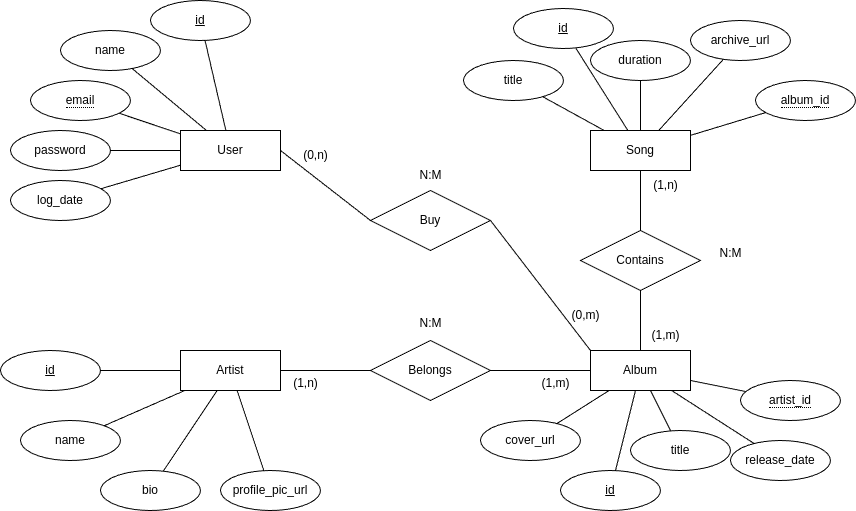
Jorgemarnes/proyecto_1DAW keeps this draw.io diagram as src/database/modelo_relacional.png. Above is the earlier version. Source tidied: cells renumbered, new cells last; positions are measured from the earlier drawing's top-left corner, leaving out a move shared by most shapes. Its diagram source:
```xml
<mxGraphModel>
  <root>
    <mxCell id="0" />
    <mxCell id="1" parent="0" />
    <mxCell id="2" value="User" style="whiteSpace=wrap;html=1;align=center;" parent="1" vertex="1">
      <mxGeometry x="180" y="130" width="100" height="40" as="geometry" />
    </mxCell>
    <mxCell id="3" value="Album" style="whiteSpace=wrap;html=1;align=center;" parent="1" vertex="1">
      <mxGeometry x="590" y="350" width="100" height="40" as="geometry" />
    </mxCell>
    <mxCell id="4" value="Song" style="whiteSpace=wrap;html=1;align=center;" parent="1" vertex="1">
      <mxGeometry x="590" y="130" width="100" height="40" as="geometry" />
    </mxCell>
    <mxCell id="5" value="title" style="ellipse;whiteSpace=wrap;html=1;align=center;" parent="1" vertex="1">
      <mxGeometry x="463" y="60" width="100" height="40" as="geometry" />
    </mxCell>
    <mxCell id="6" value="password" style="ellipse;whiteSpace=wrap;html=1;align=center;" parent="1" vertex="1">
      <mxGeometry x="10" y="130" width="100" height="40" as="geometry" />
    </mxCell>
    <mxCell id="7" value="duration" style="ellipse;whiteSpace=wrap;html=1;align=center;" parent="1" vertex="1">
      <mxGeometry x="590" y="40" width="100" height="40" as="geometry" />
    </mxCell>
    <mxCell id="8" value="id" style="ellipse;whiteSpace=wrap;html=1;align=center;fontStyle=4;" parent="1" vertex="1">
      <mxGeometry x="150" width="100" height="40" as="geometry" />
    </mxCell>
    <mxCell id="9" value="id" style="ellipse;whiteSpace=wrap;html=1;align=center;fontStyle=4;" parent="1" vertex="1">
      <mxGeometry x="513" y="8" width="100" height="40" as="geometry" />
    </mxCell>
    <mxCell id="10" value="&lt;span style=&quot;border-bottom: 1px dotted&quot;&gt;email&lt;/span&gt;" style="ellipse;whiteSpace=wrap;html=1;align=center;" parent="1" vertex="1">
      <mxGeometry x="30" y="80" width="100" height="40" as="geometry" />
    </mxCell>
    <mxCell id="11" value="name" style="ellipse;whiteSpace=wrap;html=1;align=center;" parent="1" vertex="1">
      <mxGeometry x="60" y="30" width="100" height="40" as="geometry" />
    </mxCell>
    <mxCell id="12" value="log_date" style="ellipse;whiteSpace=wrap;html=1;align=center;" parent="1" vertex="1">
      <mxGeometry x="10" y="180" width="100" height="40" as="geometry" />
    </mxCell>
    <mxCell id="13" value="Buy" style="shape=rhombus;perimeter=rhombusPerimeter;whiteSpace=wrap;html=1;align=center;" parent="1" vertex="1">
      <mxGeometry x="370" y="190" width="120" height="60" as="geometry" />
    </mxCell>
    <mxCell id="14" value="Contains" style="shape=rhombus;perimeter=rhombusPerimeter;whiteSpace=wrap;html=1;align=center;" parent="1" vertex="1">
      <mxGeometry x="580" y="230" width="120" height="60" as="geometry" />
    </mxCell>
    <mxCell id="15" value="Artist" style="whiteSpace=wrap;html=1;align=center;" parent="1" vertex="1">
      <mxGeometry x="180" y="350" width="100" height="40" as="geometry" />
    </mxCell>
    <mxCell id="16" value="Belongs" style="shape=rhombus;perimeter=rhombusPerimeter;whiteSpace=wrap;html=1;align=center;" parent="1" vertex="1">
      <mxGeometry x="370" y="340" width="120" height="60" as="geometry" />
    </mxCell>
    <mxCell id="17" value="id" style="ellipse;whiteSpace=wrap;html=1;align=center;fontStyle=4;" parent="1" vertex="1">
      <mxGeometry y="350" width="100" height="40" as="geometry" />
    </mxCell>
    <mxCell id="18" value="name" style="ellipse;whiteSpace=wrap;html=1;align=center;" parent="1" vertex="1">
      <mxGeometry x="20" y="420" width="100" height="40" as="geometry" />
    </mxCell>
    <mxCell id="19" value="bio" style="ellipse;whiteSpace=wrap;html=1;align=center;" parent="1" vertex="1">
      <mxGeometry x="100" y="470" width="100" height="40" as="geometry" />
    </mxCell>
    <mxCell id="20" value="profile_pic_url" style="ellipse;whiteSpace=wrap;html=1;align=center;" parent="1" vertex="1">
      <mxGeometry x="220" y="470" width="100" height="40" as="geometry" />
    </mxCell>
    <mxCell id="21" value="archive_url" style="ellipse;whiteSpace=wrap;html=1;align=center;" parent="1" vertex="1">
      <mxGeometry x="690" y="20" width="100" height="40" as="geometry" />
    </mxCell>
    <mxCell id="22" value="&lt;span style=&quot;border-bottom: 1px dotted&quot;&gt;album_id&lt;/span&gt;" style="ellipse;whiteSpace=wrap;html=1;align=center;" parent="1" vertex="1">
      <mxGeometry x="755" y="80" width="100" height="40" as="geometry" />
    </mxCell>
    <mxCell id="23" value="id" style="ellipse;whiteSpace=wrap;html=1;align=center;fontStyle=4;" parent="1" vertex="1">
      <mxGeometry x="560" y="470" width="100" height="40" as="geometry" />
    </mxCell>
    <mxCell id="24" value="title" style="ellipse;whiteSpace=wrap;html=1;align=center;" parent="1" vertex="1">
      <mxGeometry x="630" y="430" width="100" height="40" as="geometry" />
    </mxCell>
    <mxCell id="25" value="release_date" style="ellipse;whiteSpace=wrap;html=1;align=center;" parent="1" vertex="1">
      <mxGeometry x="730" y="440" width="100" height="40" as="geometry" />
    </mxCell>
    <mxCell id="26" value="cover_url" style="ellipse;whiteSpace=wrap;html=1;align=center;" parent="1" vertex="1">
      <mxGeometry x="480" y="420" width="100" height="40" as="geometry" />
    </mxCell>
    <mxCell id="27" value="N:M" style="text;html=1;align=center;verticalAlign=middle;strokeColor=none;fillColor=none;" parent="1" vertex="1">
      <mxGeometry x="405" y="308" width="50" height="30" as="geometry" />
    </mxCell>
    <mxCell id="28" value="N:M" style="text;html=1;align=center;verticalAlign=middle;strokeColor=none;fillColor=none;" parent="1" vertex="1">
      <mxGeometry x="705" y="238" width="50" height="30" as="geometry" />
    </mxCell>
    <mxCell id="29" value="N:M" style="text;html=1;align=center;verticalAlign=middle;strokeColor=none;fillColor=none;" parent="1" vertex="1">
      <mxGeometry x="405" y="160" width="50" height="30" as="geometry" />
    </mxCell>
    <mxCell id="30" style="endArrow=none;html=1;rounded=0;" parent="1" edge="1" source="8" target="2">
      <mxGeometry relative="1" as="geometry" />
    </mxCell>
    <mxCell id="31" style="endArrow=none;html=1;rounded=0;" parent="1" edge="1" source="11" target="2">
      <mxGeometry relative="1" as="geometry" />
    </mxCell>
    <mxCell id="32" style="endArrow=none;html=1;rounded=0;" parent="1" edge="1" source="10" target="2">
      <mxGeometry relative="1" as="geometry" />
    </mxCell>
    <mxCell id="33" style="endArrow=none;html=1;rounded=0;entryX=0;entryY=0.5;entryDx=0;entryDy=0;exitX=1;exitY=0.5;exitDx=0;exitDy=0;" parent="1" edge="1" source="2" target="13">
      <mxGeometry relative="1" as="geometry" />
    </mxCell>
    <mxCell id="34" style="endArrow=none;html=1;rounded=0;" parent="1" edge="1" source="15" target="16">
      <mxGeometry relative="1" as="geometry" />
    </mxCell>
    <mxCell id="35" style="endArrow=none;html=1;rounded=0;" parent="1" edge="1" source="16" target="3">
      <mxGeometry relative="1" as="geometry" />
    </mxCell>
    <mxCell id="36" style="endArrow=none;html=1;rounded=0;" parent="1" edge="1" source="6" target="2">
      <mxGeometry relative="1" as="geometry" />
    </mxCell>
    <mxCell id="37" style="endArrow=none;html=1;rounded=0;" parent="1" edge="1" source="14" target="3">
      <mxGeometry relative="1" as="geometry" />
    </mxCell>
    <mxCell id="38" style="endArrow=none;html=1;rounded=0;" parent="1" edge="1" source="4" target="14">
      <mxGeometry relative="1" as="geometry" />
    </mxCell>
    <mxCell id="39" style="endArrow=none;html=1;rounded=0;entryX=0;entryY=0;entryDx=0;entryDy=0;exitX=1;exitY=0.5;exitDx=0;exitDy=0;" parent="1" edge="1" source="13" target="3">
      <mxGeometry relative="1" as="geometry" />
    </mxCell>
    <mxCell id="40" style="endArrow=none;html=1;rounded=0;" parent="1" edge="1" source="12" target="2">
      <mxGeometry relative="1" as="geometry" />
    </mxCell>
    <mxCell id="41" style="endArrow=none;html=1;rounded=0;" parent="1" edge="1" source="17" target="15">
      <mxGeometry relative="1" as="geometry" />
    </mxCell>
    <mxCell id="42" style="endArrow=none;html=1;rounded=0;" parent="1" edge="1" source="19" target="15">
      <mxGeometry relative="1" as="geometry" />
    </mxCell>
    <mxCell id="43" style="endArrow=none;html=1;rounded=0;" parent="1" edge="1" source="18" target="15">
      <mxGeometry relative="1" as="geometry" />
    </mxCell>
    <mxCell id="44" style="endArrow=none;html=1;rounded=0;" parent="1" edge="1" source="15" target="20">
      <mxGeometry relative="1" as="geometry" />
    </mxCell>
    <mxCell id="45" style="endArrow=none;html=1;rounded=0;" parent="1" edge="1" source="26" target="3">
      <mxGeometry relative="1" as="geometry" />
    </mxCell>
    <mxCell id="46" style="endArrow=none;html=1;rounded=0;" parent="1" edge="1" source="23" target="3">
      <mxGeometry relative="1" as="geometry" />
    </mxCell>
    <mxCell id="47" style="endArrow=none;html=1;rounded=0;" parent="1" edge="1" source="24" target="3">
      <mxGeometry relative="1" as="geometry" />
    </mxCell>
    <mxCell id="48" style="endArrow=none;html=1;rounded=0;" parent="1" edge="1" source="3" target="25">
      <mxGeometry relative="1" as="geometry" />
    </mxCell>
    <mxCell id="49" style="endArrow=none;html=1;rounded=0;" parent="1" edge="1" source="61" target="3">
      <mxGeometry relative="1" as="geometry" />
    </mxCell>
    <mxCell id="50" style="endArrow=none;html=1;rounded=0;" parent="1" edge="1" source="4" target="22">
      <mxGeometry relative="1" as="geometry" />
    </mxCell>
    <mxCell id="51" style="endArrow=none;html=1;rounded=0;" parent="1" edge="1" source="5" target="4">
      <mxGeometry relative="1" as="geometry" />
    </mxCell>
    <mxCell id="52" style="endArrow=none;html=1;rounded=0;" parent="1" edge="1" source="7" target="4">
      <mxGeometry relative="1" as="geometry" />
    </mxCell>
    <mxCell id="53" style="endArrow=none;html=1;rounded=0;" parent="1" edge="1" source="9" target="4">
      <mxGeometry relative="1" as="geometry" />
    </mxCell>
    <mxCell id="54" style="endArrow=none;html=1;rounded=0;" parent="1" edge="1" source="4" target="21">
      <mxGeometry relative="1" as="geometry" />
    </mxCell>
    <mxCell id="55" value="(1,n)" style="text;html=1;align=center;verticalAlign=middle;strokeColor=none;fillColor=none;" parent="1" vertex="1">
      <mxGeometry x="640" y="170" width="50" height="30" as="geometry" />
    </mxCell>
    <mxCell id="56" value="(1,m)" style="text;html=1;align=center;verticalAlign=middle;strokeColor=none;fillColor=none;" parent="1" vertex="1">
      <mxGeometry x="640" y="320" width="50" height="30" as="geometry" />
    </mxCell>
    <mxCell id="57" value="(1,n)" style="text;html=1;align=center;verticalAlign=middle;strokeColor=none;fillColor=none;" parent="1" vertex="1">
      <mxGeometry x="280" y="368" width="50" height="30" as="geometry" />
    </mxCell>
    <mxCell id="58" value="(1,m)" style="text;html=1;align=center;verticalAlign=middle;strokeColor=none;fillColor=none;" parent="1" vertex="1">
      <mxGeometry x="530" y="368" width="50" height="30" as="geometry" />
    </mxCell>
    <mxCell id="59" value="(0,n)" style="text;html=1;align=center;verticalAlign=middle;strokeColor=none;fillColor=none;" parent="1" vertex="1">
      <mxGeometry x="290" y="140" width="50" height="30" as="geometry" />
    </mxCell>
    <mxCell id="60" value="(0,m)" style="text;html=1;align=center;verticalAlign=middle;strokeColor=none;fillColor=none;" parent="1" vertex="1">
      <mxGeometry x="560" y="300" width="50" height="30" as="geometry" />
    </mxCell>
    <mxCell id="61" value="&lt;span style=&quot;border-bottom: 1px dotted&quot;&gt;artist_id&lt;/span&gt;" style="ellipse;whiteSpace=wrap;html=1;align=center;" parent="1" vertex="1">
      <mxGeometry x="740" y="380" width="100" height="40" as="geometry" />
    </mxCell>
  </root>
</mxGraphModel>
```
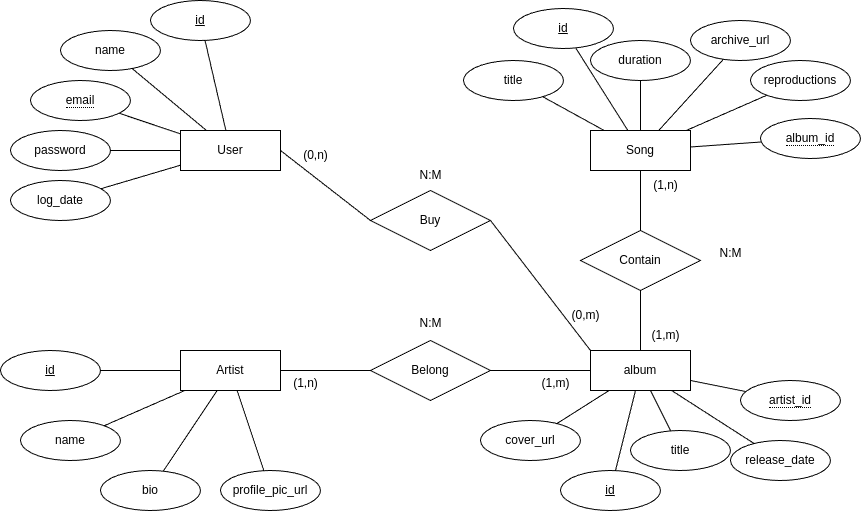
After the commit.

The edit, as a diff of the source:
```diff
@@ -5,12 +5,15 @@
     <mxCell id="2" value="User" style="whiteSpace=wrap;html=1;align=center;" parent="1" vertex="1">
       <mxGeometry x="180" y="130" width="100" height="40" as="geometry" />
     </mxCell>
-    <mxCell id="3" value="Album" style="whiteSpace=wrap;html=1;align=center;" parent="1" vertex="1">
+    <mxCell id="3" value="album" style="whiteSpace=wrap;html=1;align=center;" parent="1" vertex="1">
       <mxGeometry x="590" y="350" width="100" height="40" as="geometry" />
     </mxCell>
     <mxCell id="4" value="Song" style="whiteSpace=wrap;html=1;align=center;" parent="1" vertex="1">
       <mxGeometry x="590" y="130" width="100" height="40" as="geometry" />
     </mxCell>
+    <mxCell id="62" value="reproductions" style="ellipse;whiteSpace=wrap;html=1;align=center;" parent="1" vertex="1">
+      <mxGeometry x="750" y="60" width="100" height="40" as="geometry" />
+    </mxCell>
     <mxCell id="5" value="title" style="ellipse;whiteSpace=wrap;html=1;align=center;" parent="1" vertex="1">
       <mxGeometry x="463" y="60" width="100" height="40" as="geometry" />
     </mxCell>
@@ -38,13 +41,13 @@
     <mxCell id="13" value="Buy" style="shape=rhombus;perimeter=rhombusPerimeter;whiteSpace=wrap;html=1;align=center;" parent="1" vertex="1">
       <mxGeometry x="370" y="190" width="120" height="60" as="geometry" />
     </mxCell>
-    <mxCell id="14" value="Contains" style="shape=rhombus;perimeter=rhombusPerimeter;whiteSpace=wrap;html=1;align=center;" parent="1" vertex="1">
+    <mxCell id="14" value="Contain" style="shape=rhombus;perimeter=rhombusPerimeter;whiteSpace=wrap;html=1;align=center;" parent="1" vertex="1">
       <mxGeometry x="580" y="230" width="120" height="60" as="geometry" />
     </mxCell>
     <mxCell id="15" value="Artist" style="whiteSpace=wrap;html=1;align=center;" parent="1" vertex="1">
       <mxGeometry x="180" y="350" width="100" height="40" as="geometry" />
     </mxCell>
-    <mxCell id="16" value="Belongs" style="shape=rhombus;perimeter=rhombusPerimeter;whiteSpace=wrap;html=1;align=center;" parent="1" vertex="1">
+    <mxCell id="16" value="Belong" style="shape=rhombus;perimeter=rhombusPerimeter;whiteSpace=wrap;html=1;align=center;" parent="1" vertex="1">
       <mxGeometry x="370" y="340" width="120" height="60" as="geometry" />
     </mxCell>
     <mxCell id="17" value="id" style="ellipse;whiteSpace=wrap;html=1;align=center;fontStyle=4;" parent="1" vertex="1">
@@ -63,7 +66,7 @@
       <mxGeometry x="690" y="20" width="100" height="40" as="geometry" />
     </mxCell>
     <mxCell id="22" value="&lt;span style=&quot;border-bottom: 1px dotted&quot;&gt;album_id&lt;/span&gt;" style="ellipse;whiteSpace=wrap;html=1;align=center;" parent="1" vertex="1">
-      <mxGeometry x="755" y="80" width="100" height="40" as="geometry" />
+      <mxGeometry x="760" y="118" width="100" height="40" as="geometry" />
     </mxCell>
     <mxCell id="23" value="id" style="ellipse;whiteSpace=wrap;html=1;align=center;fontStyle=4;" parent="1" vertex="1">
       <mxGeometry x="560" y="470" width="100" height="40" as="geometry" />
@@ -146,6 +149,9 @@
     <mxCell id="49" style="endArrow=none;html=1;rounded=0;" parent="1" edge="1" source="61" target="3">
       <mxGeometry relative="1" as="geometry" />
     </mxCell>
+    <mxCell id="63" style="endArrow=none;html=1;rounded=0;" parent="1" edge="1" source="4" target="62">
+      <mxGeometry relative="1" as="geometry" />
+    </mxCell>
     <mxCell id="50" style="endArrow=none;html=1;rounded=0;" parent="1" edge="1" source="4" target="22">
       <mxGeometry relative="1" as="geometry" />
     </mxCell>
```
